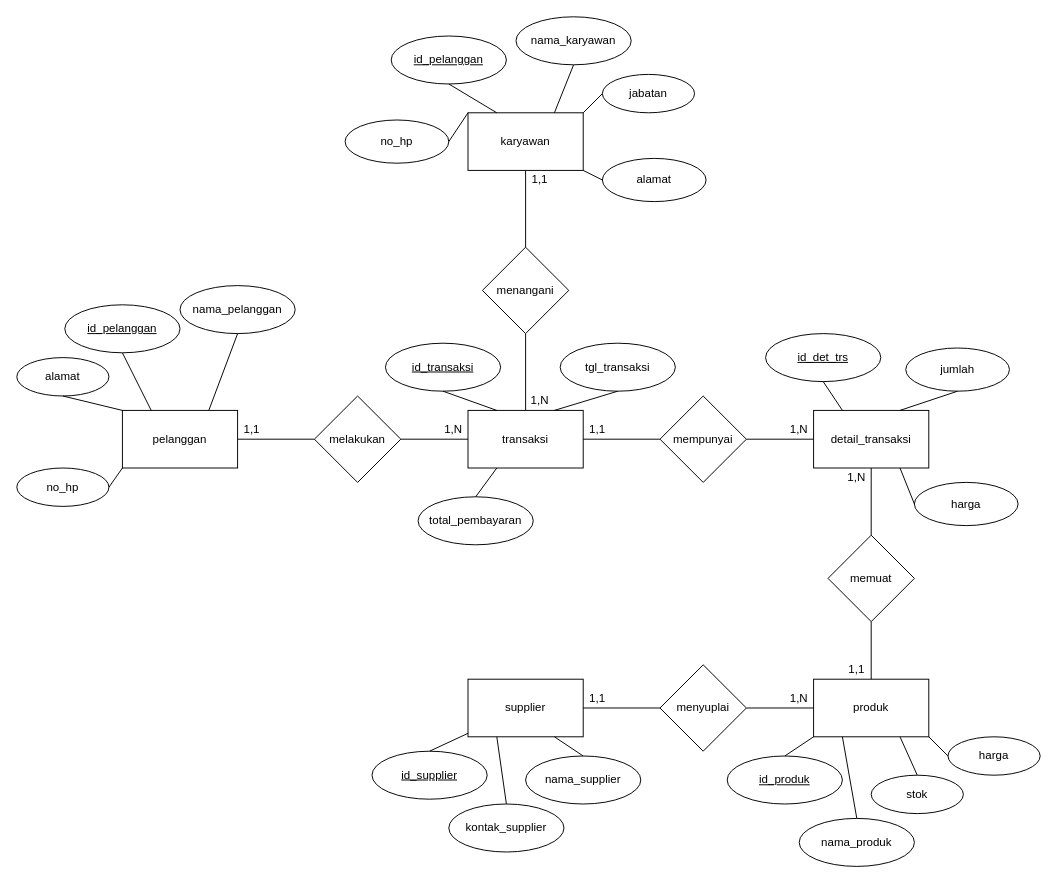
elikawicaksana/BuildIT_BasisData keeps this draw.io diagram as ERD_Supermarket.drawio. Above is the earlier version. Source tidied: cells renumbered, new cells numbered last; positions are measured from the earlier drawing's top-left corner, leaving out a move shared by most shapes. Both pictures are drawn from the tidied source at 96%, with x=0, y=0 at pixel (16, 16).
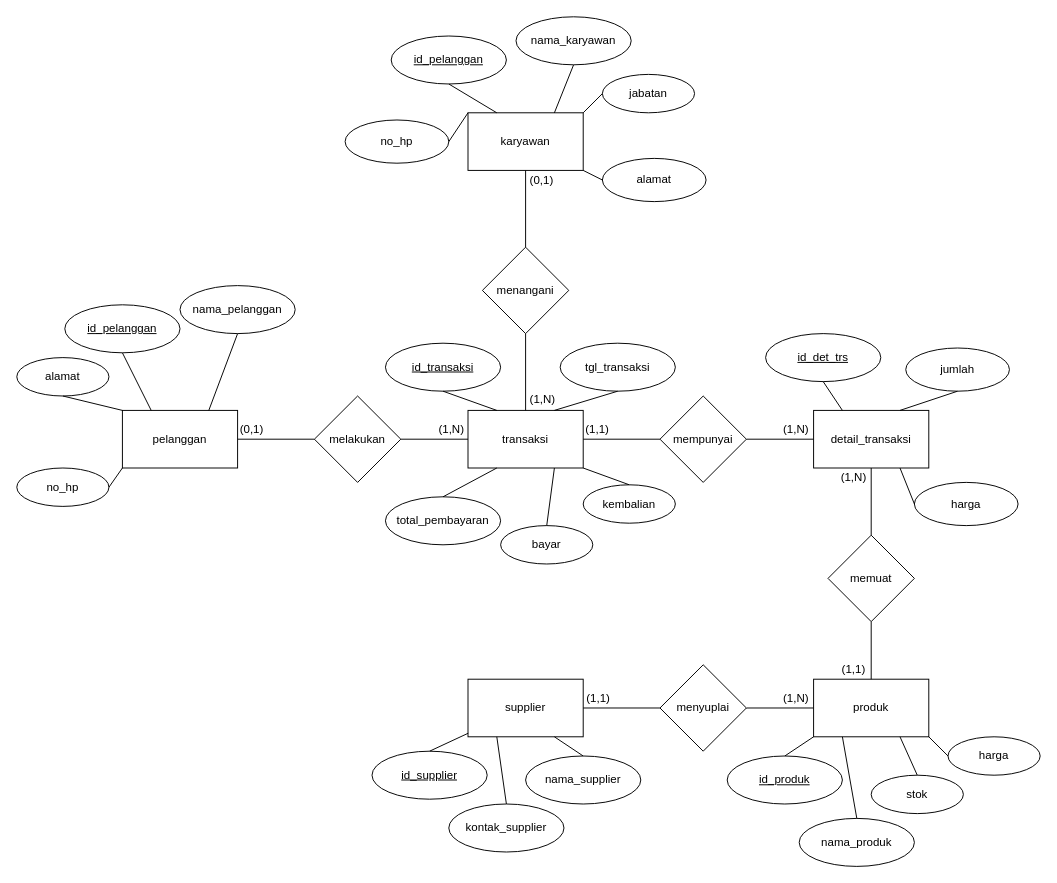
Above is the later version.

Unchanged cells that the change refers to:
```xml
<mxCell id="4" value="transaksi" style="rounded=0;whiteSpace=wrap;html=1;" parent="1" vertex="1">
  <mxGeometry x="470" y="410" width="120" height="60" as="geometry" />
</mxCell>
```

What changed in the source:
```diff
@@
-    <mxCell id="18" value="1,1" style="text;html=1;align=center;verticalAlign=middle;whiteSpace=wrap;rounded=0;" parent="1" vertex="1">
+    <mxCell id="18" value="(0,1)" style="text;html=1;align=center;verticalAlign=middle;whiteSpace=wrap;rounded=0;" parent="1" vertex="1">
       <mxGeometry x="230" y="420" width="30" height="20" as="geometry" />
     </mxCell>
-    <mxCell id="19" value="1,N" style="text;html=1;align=center;verticalAlign=middle;whiteSpace=wrap;rounded=0;" parent="1" vertex="1">
-      <mxGeometry x="440" y="420" width="30" height="20" as="geometry" />
+    <mxCell id="19" value="(1,N)" style="text;html=1;align=center;verticalAlign=middle;whiteSpace=wrap;rounded=0;" parent="1" vertex="1">
+      <mxGeometry x="438" y="420" width="30" height="20" as="geometry" />
     </mxCell>
@@
     <mxCell id="42" value="total_pembayaran" style="ellipse;whiteSpace=wrap;html=1;" parent="1" vertex="1">
-      <mxGeometry x="418" y="500" width="120" height="50" as="geometry" />
+      <mxGeometry x="384" y="500" width="120" height="50" as="geometry" />
     </mxCell>
@@
-    <mxCell id="69" value="1,1" style="text;html=1;align=center;verticalAlign=middle;whiteSpace=wrap;rounded=0;" parent="1" vertex="1">
-      <mxGeometry x="530" y="160" width="30" height="20" as="geometry" />
+    <mxCell id="69" value="(0,1)" style="text;html=1;align=center;verticalAlign=middle;whiteSpace=wrap;rounded=0;" parent="1" vertex="1">
+      <mxGeometry x="532" y="161" width="30" height="20" as="geometry" />
     </mxCell>
-    <mxCell id="70" value="1,N" style="text;html=1;align=center;verticalAlign=middle;whiteSpace=wrap;rounded=0;" parent="1" vertex="1">
-      <mxGeometry x="530" y="390" width="30" height="20" as="geometry" />
+    <mxCell id="70" value="(1,N)" style="text;html=1;align=center;verticalAlign=middle;whiteSpace=wrap;rounded=0;" parent="1" vertex="1">
+      <mxGeometry x="533" y="389" width="30" height="20" as="geometry" />
     </mxCell>
-    <mxCell id="71" value="1,1" style="text;html=1;align=center;verticalAlign=middle;whiteSpace=wrap;rounded=0;" parent="1" vertex="1">
+    <mxCell id="71" value="(1,1)" style="text;html=1;align=center;verticalAlign=middle;whiteSpace=wrap;rounded=0;" parent="1" vertex="1">
       <mxGeometry x="590" y="420" width="30" height="20" as="geometry" />
     </mxCell>
-    <mxCell id="72" value="1,N" style="text;html=1;align=center;verticalAlign=middle;whiteSpace=wrap;rounded=0;" parent="1" vertex="1">
-      <mxGeometry x="800" y="420" width="30" height="20" as="geometry" />
+    <mxCell id="72" value="(1,N)" style="text;html=1;align=center;verticalAlign=middle;whiteSpace=wrap;rounded=0;" parent="1" vertex="1">
+      <mxGeometry x="797" y="420" width="30" height="20" as="geometry" />
     </mxCell>
-    <mxCell id="73" value="1,N" style="text;html=1;align=center;verticalAlign=middle;whiteSpace=wrap;rounded=0;" parent="1" vertex="1">
-      <mxGeometry x="860" y="470" width="30" height="20" as="geometry" />
+    <mxCell id="73" value="(1,N)" style="text;html=1;align=center;verticalAlign=middle;whiteSpace=wrap;rounded=0;" parent="1" vertex="1">
+      <mxGeometry x="857" y="470" width="30" height="20" as="geometry" />
     </mxCell>
-    <mxCell id="74" value="1,1" style="text;html=1;align=center;verticalAlign=middle;whiteSpace=wrap;rounded=0;" parent="1" vertex="1">
-      <mxGeometry x="860" y="670" width="30" height="20" as="geometry" />
+    <mxCell id="74" value="(1,1)" style="text;html=1;align=center;verticalAlign=middle;whiteSpace=wrap;rounded=0;" parent="1" vertex="1">
+      <mxGeometry x="857" y="670" width="30" height="20" as="geometry" />
     </mxCell>
-    <mxCell id="75" value="1,N" style="text;html=1;align=center;verticalAlign=middle;whiteSpace=wrap;rounded=0;" parent="1" vertex="1">
-      <mxGeometry x="800" y="700" width="30" height="20" as="geometry" />
+    <mxCell id="75" value="(1,N)" style="text;html=1;align=center;verticalAlign=middle;whiteSpace=wrap;rounded=0;" parent="1" vertex="1">
+      <mxGeometry x="797" y="700" width="30" height="20" as="geometry" />
     </mxCell>
-    <mxCell id="76" value="1,1" style="text;html=1;align=center;verticalAlign=middle;whiteSpace=wrap;rounded=0;" parent="1" vertex="1">
-      <mxGeometry x="590" y="700" width="30" height="20" as="geometry" />
+    <mxCell id="76" value="(1,1)" style="text;html=1;align=center;verticalAlign=middle;whiteSpace=wrap;rounded=0;" parent="1" vertex="1">
+      <mxGeometry x="591" y="700" width="30" height="20" as="geometry" />
     </mxCell>
+    <mxCell id="77" value="bayar" style="ellipse;whiteSpace=wrap;html=1;" parent="1" vertex="1">
+      <mxGeometry x="504" y="530" width="96" height="40" as="geometry" />
+    </mxCell>
+    <mxCell id="78" value="kembalian" style="ellipse;whiteSpace=wrap;html=1;" parent="1" vertex="1">
+      <mxGeometry x="590" y="487.5" width="96" height="40" as="geometry" />
+    </mxCell>
+    <mxCell id="79" style="endArrow=none;html=1;rounded=0;entryX=0.75;entryY=1;entryDx=0;entryDy=0;exitX=0.5;exitY=0;exitDx=0;exitDy=0;" parent="1" edge="1" source="77" target="4">
+      <mxGeometry relative="1" as="geometry" />
+    </mxCell>
+    <mxCell id="80" style="endArrow=none;html=1;rounded=0;exitX=1;exitY=1;exitDx=0;exitDy=0;entryX=0.5;entryY=0;entryDx=0;entryDy=0;" parent="1" edge="1" source="4" target="78">
+      <mxGeometry relative="1" as="geometry" />
+    </mxCell>
```
